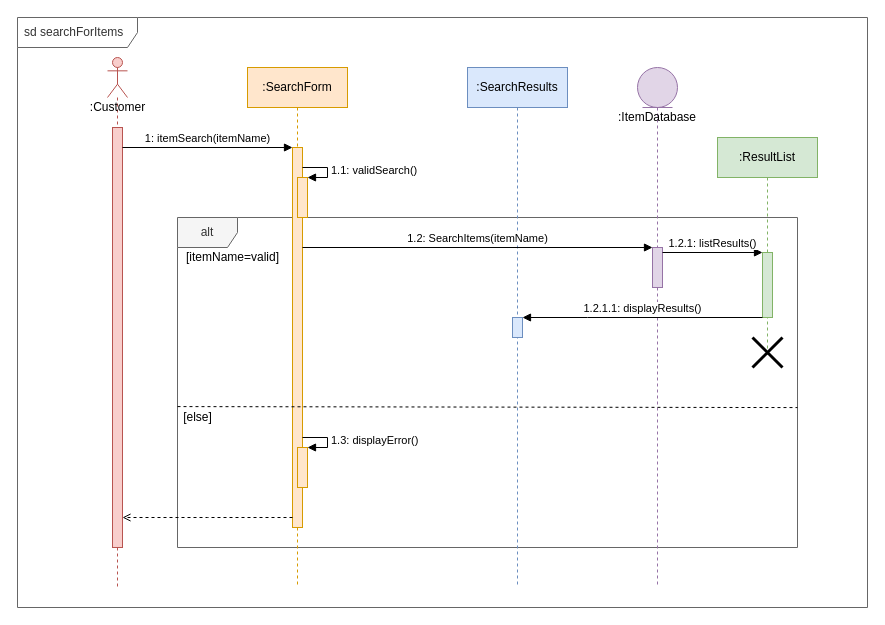
Before: page "Sequence diagram" (1 of 2) of SequenceSearch.drawio in LeloKarma/website, a draw.io diagram. Source tidied: cells renumbered, new cells numbered last; positions are measured from the earlier drawing's top-left corner, leaving out a move shared by most shapes. Both pictures are drawn from the tidied source at 100%, with x=0, y=0 at pixel (17, 17).
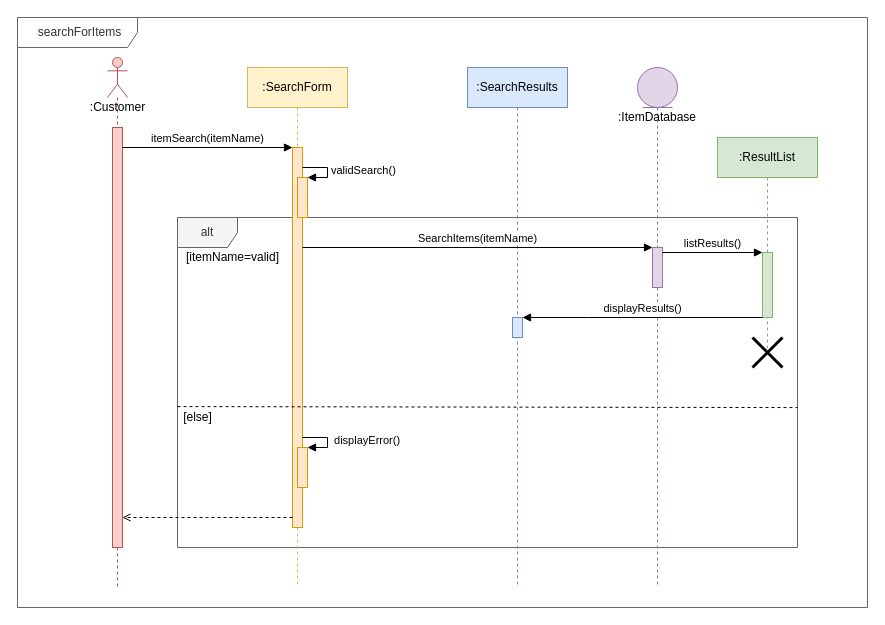
The same diagram, later.

The change refers to these unchanged cells:
```xml
<mxCell id="4" style="html=1;points=[];perimeter=orthogonalPerimeter;fillColor=#f8cecc;strokeColor=#b85450;" parent="3" vertex="1">
  <mxGeometry x="5" y="70" width="10" height="420" as="geometry" />
</mxCell>
<mxCell id="6" style="html=1;points=[];perimeter=orthogonalPerimeter;fillColor=#ffe6cc;strokeColor=#d79b00;" parent="5" vertex="1">
  <mxGeometry x="45" y="80" width="10" height="380" as="geometry" />
</mxCell>
<mxCell id="7" style="html=1;points=[];perimeter=orthogonalPerimeter;fillColor=#ffe6cc;strokeColor=#d79b00;" parent="5" vertex="1">
  <mxGeometry x="50" y="110" width="10" height="40" as="geometry" />
</mxCell>
<mxCell id="9" style="html=1;points=[];perimeter=orthogonalPerimeter;fillColor=#ffe6cc;strokeColor=#d79b00;" parent="5" vertex="1">
  <mxGeometry x="50" y="380" width="10" height="40" as="geometry" />
</mxCell>
<mxCell id="13" style="html=1;points=[];perimeter=orthogonalPerimeter;fillColor=#dae8fc;strokeColor=#6c8ebf;" parent="12" vertex="1">
  <mxGeometry x="45" y="250" width="10" height="20" as="geometry" />
</mxCell>
<mxCell id="15" style="html=1;points=[];perimeter=orthogonalPerimeter;fillColor=#e1d5e7;strokeColor=#9673a6;" parent="14" vertex="1">
  <mxGeometry x="15" y="180" width="10" height="40" as="geometry" />
</mxCell>
<mxCell id="18" style="html=1;points=[];perimeter=orthogonalPerimeter;fillColor=#d5e8d4;strokeColor=#82b366;" parent="16" vertex="1">
  <mxGeometry x="45" y="115" width="10" height="65" as="geometry" />
</mxCell>
```

Diff of the diagram source:
```diff
@@
-    <mxCell id="5" value=":SearchForm" style="shape=umlLifeline;perimeter=lifelinePerimeter;whiteSpace=wrap;html=1;fillColor=#ffe6cc;strokeColor=#d79b00;" parent="1" vertex="1">
+    <mxCell id="5" value=":SearchForm" style="shape=umlLifeline;perimeter=lifelinePerimeter;whiteSpace=wrap;html=1;fillColor=#fff2cc;strokeColor=#d6b656;" parent="1" vertex="1">
       <mxGeometry x="230" y="50" width="100" height="520" as="geometry" />
     </mxCell>
@@
-    <mxCell id="8" value="1.1: validSearch()" style="edgeStyle=orthogonalEdgeStyle;html=1;align=left;spacingLeft=2;endArrow=block;rounded=0;entryX=1;entryY=0;" parent="5" edge="1" target="7">
+    <mxCell id="8" value="validSearch()" style="edgeStyle=orthogonalEdgeStyle;html=1;align=left;spacingLeft=2;endArrow=block;rounded=0;entryX=1;entryY=0;" parent="5" edge="1" target="7">
       <mxGeometry relative="1" as="geometry">
         <mxPoint x="55" y="100" as="sourcePoint" />
         <Array as="points">
           <mxPoint x="80" y="100" />
           <mxPoint x="80" y="110" />
         </Array>
       </mxGeometry>
     </mxCell>
@@
-    <mxCell id="10" value="1.3: displayError()" style="edgeStyle=orthogonalEdgeStyle;html=1;align=left;spacingLeft=2;endArrow=block;rounded=0;entryX=1;entryY=0;" parent="5" edge="1" source="6" target="9">
+    <mxCell id="10" value="&amp;nbsp;displayError()" style="edgeStyle=orthogonalEdgeStyle;html=1;align=left;spacingLeft=2;endArrow=block;rounded=0;entryX=1;entryY=0;" parent="5" edge="1" source="6" target="9">
       <mxGeometry relative="1" as="geometry">
         <Array as="points">
           <mxPoint x="80" y="370" />
           <mxPoint x="80" y="380" />
         </Array>
       </mxGeometry>
     </mxCell>
-    <mxCell id="11" value="1: itemSearch(itemName)" style="html=1;verticalAlign=bottom;endArrow=block;entryX=0;entryY=0;rounded=0;" parent="1" edge="1" source="4" target="6">
+    <mxCell id="11" value="itemSearch(itemName)" style="html=1;verticalAlign=bottom;endArrow=block;entryX=0;entryY=0;rounded=0;" parent="1" edge="1" source="4" target="6">
       <mxGeometry relative="1" as="geometry" />
     </mxCell>
@@
-    <mxCell id="19" value="1.2: SearchItems(itemName)" style="html=1;verticalAlign=bottom;endArrow=block;entryX=0;entryY=0;rounded=0;" parent="1" edge="1" source="6" target="15">
+    <mxCell id="19" value="SearchItems(itemName)" style="html=1;verticalAlign=bottom;endArrow=block;entryX=0;entryY=0;rounded=0;" parent="1" edge="1" source="6" target="15">
       <mxGeometry relative="1" as="geometry" />
     </mxCell>
-    <mxCell id="20" value="1.2.1: listResults()" style="html=1;verticalAlign=bottom;endArrow=block;entryX=0;entryY=0;rounded=0;" parent="1" edge="1" source="15" target="18">
+    <mxCell id="20" value="listResults()" style="html=1;verticalAlign=bottom;endArrow=block;entryX=0;entryY=0;rounded=0;" parent="1" edge="1" source="15" target="18">
       <mxGeometry relative="1" as="geometry" />
     </mxCell>
-    <mxCell id="21" value="1.2.1.1: displayResults()" style="html=1;verticalAlign=bottom;endArrow=block;entryX=1;entryY=0;rounded=0;" parent="1" edge="1" source="18" target="13">
+    <mxCell id="21" value="displayResults()" style="html=1;verticalAlign=bottom;endArrow=block;entryX=1;entryY=0;rounded=0;" parent="1" edge="1" source="18" target="13">
       <mxGeometry relative="1" as="geometry">
         <Array as="points">
           <mxPoint x="570" y="300" />
         </Array>
       </mxGeometry>
     </mxCell>
@@
-    <mxCell id="26" value="sd searchForItems" style="shape=umlFrame;whiteSpace=wrap;html=1;width=120;height=30;boundedLbl=1;verticalAlign=middle;align=left;spacingLeft=5;fillColor=none;fontColor=#333333;strokeColor=#666666;" parent="1" vertex="1">
+    <mxCell id="26" value="searchForItems" style="shape=umlFrame;whiteSpace=wrap;html=1;width=120;height=30;boundedLbl=1;verticalAlign=middle;align=center;spacingLeft=5;fillColor=none;fontColor=#333333;strokeColor=#666666;" parent="1" vertex="1">
       <mxGeometry width="850" height="590" as="geometry" />
     </mxCell>
```
